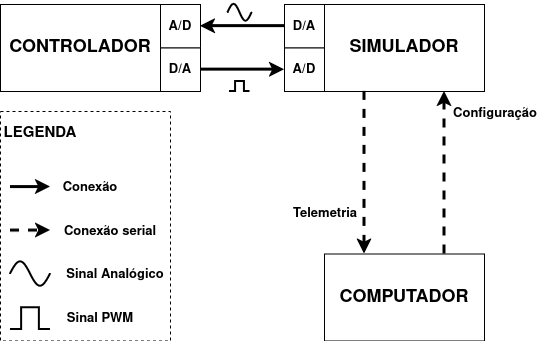
NailsonChagas/TCC keeps this draw.io diagram as img/geradas/modelagem_sistema.png. Above is the earlier version. Source tidied: cells renumbered, new cells last; positions are measured from the earlier drawing's top-left corner, leaving out a move shared by most shapes.
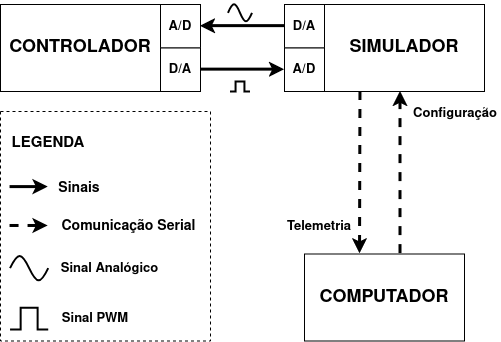
Above is the later version.

Diff of the diagram source:
```diff
@@ -3,7 +3,7 @@
     <mxCell id="0" />
     <mxCell id="1" parent="0" />
     <mxCell id="2" value="&lt;b&gt;COMPUTADOR&lt;/b&gt;" style="rounded=0;whiteSpace=wrap;html=1;verticalAlign=middle;fontSize=18;" parent="1" vertex="1">
-      <mxGeometry x="324" y="252.5" width="160" height="87" as="geometry" />
+      <mxGeometry x="304" y="252.5" width="160" height="87" as="geometry" />
     </mxCell>
     <mxCell id="3" style="group;" parent="1" vertex="1">
       <mxGeometry x="284" y="2.9" width="200" height="87" as="geometry" />
@@ -35,63 +35,66 @@
     <mxCell id="12" style="endArrow=classic;html=1;rounded=0;strokeWidth=3;entryX=0;entryY=0.5;entryDx=0;entryDy=0;exitX=1;exitY=0.5;exitDx=0;exitDy=0;" parent="1" edge="1" source="10" target="6">
       <mxGeometry relative="1" as="geometry" />
     </mxCell>
-    <mxCell id="13" style="endArrow=classic;html=1;rounded=0;strokeWidth=3;dashed=1;exitX=0.75;exitY=0;exitDx=0;exitDy=0;" parent="1" edge="1" source="2">
+    <mxCell id="13" style="endArrow=classic;html=1;rounded=0;strokeWidth=3;dashed=1;exitX=0.6;exitY=-0.004;exitDx=0;exitDy=0;exitPerimeter=0;" parent="1" edge="1" source="2">
       <mxGeometry relative="1" as="geometry">
-        <mxPoint x="444" y="89.9" as="targetPoint" />
+        <mxPoint x="400" y="90" as="targetPoint" />
       </mxGeometry>
     </mxCell>
-    <mxCell id="14" style="endArrow=classic;html=1;rounded=0;strokeWidth=3;dashed=1;entryX=0.25;entryY=0;entryDx=0;entryDy=0;" parent="1" edge="1" target="2">
+    <mxCell id="14" style="endArrow=classic;html=1;rounded=0;strokeWidth=3;dashed=1;entryX=0.347;entryY=0;entryDx=0;entryDy=0;entryPerimeter=0;" parent="1" edge="1" target="2">
       <mxGeometry relative="1" as="geometry">
-        <mxPoint x="364" y="89.9" as="sourcePoint" />
+        <mxPoint x="360" y="90" as="sourcePoint" />
       </mxGeometry>
     </mxCell>
     <mxCell id="15" value="&lt;font style=&quot;font-size: 13px;&quot;&gt;&lt;b&gt;Configuração&lt;/b&gt;&lt;/font&gt;" style="text;html=1;whiteSpace=wrap;strokeColor=none;fillColor=none;align=center;verticalAlign=middle;rounded=0;" parent="1" vertex="1">
-      <mxGeometry x="450" y="89.9" width="90" height="43.5" as="geometry" />
+      <mxGeometry x="410" y="89.9" width="90" height="43.5" as="geometry" />
     </mxCell>
     <mxCell id="16" value="&lt;font style=&quot;font-size: 13px;&quot;&gt;&lt;b&gt;Telemetria&lt;/b&gt;&lt;/font&gt;" style="text;html=1;whiteSpace=wrap;strokeColor=none;fillColor=none;align=center;verticalAlign=middle;rounded=0;" parent="1" vertex="1">
-      <mxGeometry x="290" y="190" width="70" height="43.5" as="geometry" />
+      <mxGeometry x="284" y="211.5" width="70" height="26.5" as="geometry" />
     </mxCell>
     <mxCell id="17" style="verticalLabelPosition=bottom;shadow=0;dashed=0;align=center;html=1;verticalAlign=top;shape=mxgraph.electrical.waveforms.pulse_1;strokeWidth=2;" parent="1" vertex="1">
       <mxGeometry x="229.5" y="79.9" width="20" height="10" as="geometry" />
     </mxCell>
     <mxCell id="18" style="group;strokeColor=default;dashed=1;" parent="1" vertex="1">
-      <mxGeometry y="110" width="170" height="229.5" as="geometry" />
+      <mxGeometry y="110" width="210" height="229.5" as="geometry" />
     </mxCell>
     <mxCell id="19" style="verticalLabelPosition=bottom;shadow=0;dashed=0;align=center;html=1;verticalAlign=top;shape=mxgraph.electrical.waveforms.sine_wave;strokeWidth=2;" parent="18" vertex="1">
-      <mxGeometry x="10" y="146.3" width="40" height="32.6" as="geometry" />
+      <mxGeometry x="9.5" y="140.3" width="38.2" height="32.6" as="geometry" />
     </mxCell>
     <mxCell id="20" style="endArrow=classic;html=1;rounded=0;strokeWidth=3;" parent="18" edge="1">
       <mxGeometry relative="1" as="geometry">
-        <mxPoint x="10" y="75.6" as="sourcePoint" />
-        <mxPoint x="50" y="75.6" as="targetPoint" />
+        <mxPoint x="9.5" y="75.6" as="sourcePoint" />
+        <mxPoint x="47.7" y="75.6" as="targetPoint" />
       </mxGeometry>
     </mxCell>
-    <mxCell id="21" value="&lt;font style=&quot;font-size: 13px;&quot;&gt;Conexão&lt;/font&gt;" style="text;html=1;whiteSpace=wrap;strokeColor=none;fillColor=none;align=center;verticalAlign=middle;rounded=0;fontStyle=1;fontSize=14;" parent="18" vertex="1">
-      <mxGeometry x="50" y="54.4" width="80" height="43.5" as="geometry" />
+    <mxCell id="21" value="Sinais" style="text;html=1;whiteSpace=wrap;strokeColor=none;fillColor=none;align=center;verticalAlign=middle;rounded=0;fontStyle=1;fontSize=14;" parent="18" vertex="1">
+      <mxGeometry x="47.7" y="60" width="62.3" height="33.5" as="geometry" />
     </mxCell>
     <mxCell id="22" style="endArrow=classic;html=1;rounded=0;strokeWidth=3;dashed=1;" parent="18" edge="1">
       <mxGeometry relative="1" as="geometry">
-        <mxPoint x="10" y="119.1" as="sourcePoint" />
-        <mxPoint x="50" y="119.1" as="targetPoint" />
+        <mxPoint x="9.5" y="114.5" as="sourcePoint" />
+        <mxPoint x="47.7" y="114.5" as="targetPoint" />
       </mxGeometry>
     </mxCell>
-    <mxCell id="23" value="&lt;font style=&quot;font-size: 13px;&quot;&gt;Conexão serial&lt;/font&gt;" style="text;html=1;whiteSpace=wrap;strokeColor=none;fillColor=none;align=center;verticalAlign=middle;rounded=0;fontStyle=1;fontSize=14;" parent="18" vertex="1">
-      <mxGeometry x="50" y="97.9" width="120" height="43.5" as="geometry" />
+    <mxCell id="23" value="Comunicação Serial" style="text;html=1;whiteSpace=wrap;strokeColor=none;fillColor=none;align=center;verticalAlign=middle;rounded=0;fontStyle=1;fontSize=14;" parent="18" vertex="1">
+      <mxGeometry x="57.3" y="99.6" width="142.7" height="30.3" as="geometry" />
     </mxCell>
     <mxCell id="24" value="&lt;b&gt;&lt;font style=&quot;font-size: 15px;&quot;&gt;LEGENDA&lt;/font&gt;&lt;/b&gt;" style="text;html=1;whiteSpace=wrap;strokeColor=none;fillColor=none;align=center;verticalAlign=middle;rounded=0;" parent="18" vertex="1">
-      <mxGeometry width="80" height="43.5" as="geometry" />
+      <mxGeometry x="9.6" y="10" width="76.4" height="43.5" as="geometry" />
     </mxCell>
     <mxCell id="25" value="&lt;font style=&quot;font-size: 13px;&quot;&gt;Sinal Analógico&lt;/font&gt;" style="text;html=1;whiteSpace=wrap;strokeColor=none;fillColor=none;align=center;verticalAlign=middle;rounded=0;fontStyle=1;fontSize=14;" parent="18" vertex="1">
-      <mxGeometry x="60" y="140.3" width="110" height="44.6" as="geometry" />
+      <mxGeometry x="57.3" y="134.3" width="105" height="44.6" as="geometry" />
     </mxCell>
     <mxCell id="26" value="&lt;font style=&quot;font-size: 13px;&quot;&gt;Sinal PWM&lt;/font&gt;" style="text;html=1;whiteSpace=wrap;strokeColor=none;fillColor=none;align=center;verticalAlign=middle;rounded=0;fontStyle=1;fontSize=14;" parent="18" vertex="1">
-      <mxGeometry x="60" y="184.9" width="80" height="44.6" as="geometry" />
+      <mxGeometry x="57.3" y="184.9" width="76.4" height="44.6" as="geometry" />
     </mxCell>
     <mxCell id="27" style="verticalLabelPosition=bottom;shadow=0;dashed=0;align=center;html=1;verticalAlign=top;shape=mxgraph.electrical.waveforms.pulse_1;strokeWidth=2;" parent="18" vertex="1">
-      <mxGeometry x="10" y="196.3" width="40" height="21.8" as="geometry" />
+      <mxGeometry x="9.5" y="196.3" width="38.2" height="21.8" as="geometry" />
     </mxCell>
     <mxCell id="28" style="verticalLabelPosition=bottom;shadow=0;dashed=0;align=center;html=1;verticalAlign=top;shape=mxgraph.electrical.waveforms.sine_wave;strokeWidth=2;" parent="1" vertex="1">
       <mxGeometry x="227.5" width="24" height="22.6" as="geometry" />
     </mxCell>
+    <mxCell id="29" style="edgeStyle=orthogonalEdgeStyle;rounded=0;orthogonalLoop=1;jettySize=auto;html=1;exitX=0.5;exitY=1;exitDx=0;exitDy=0;" parent="1" edge="1" source="15" target="15">
+      <mxGeometry relative="1" as="geometry" />
+    </mxCell>
   </root>
 </mxGraphModel>
```
